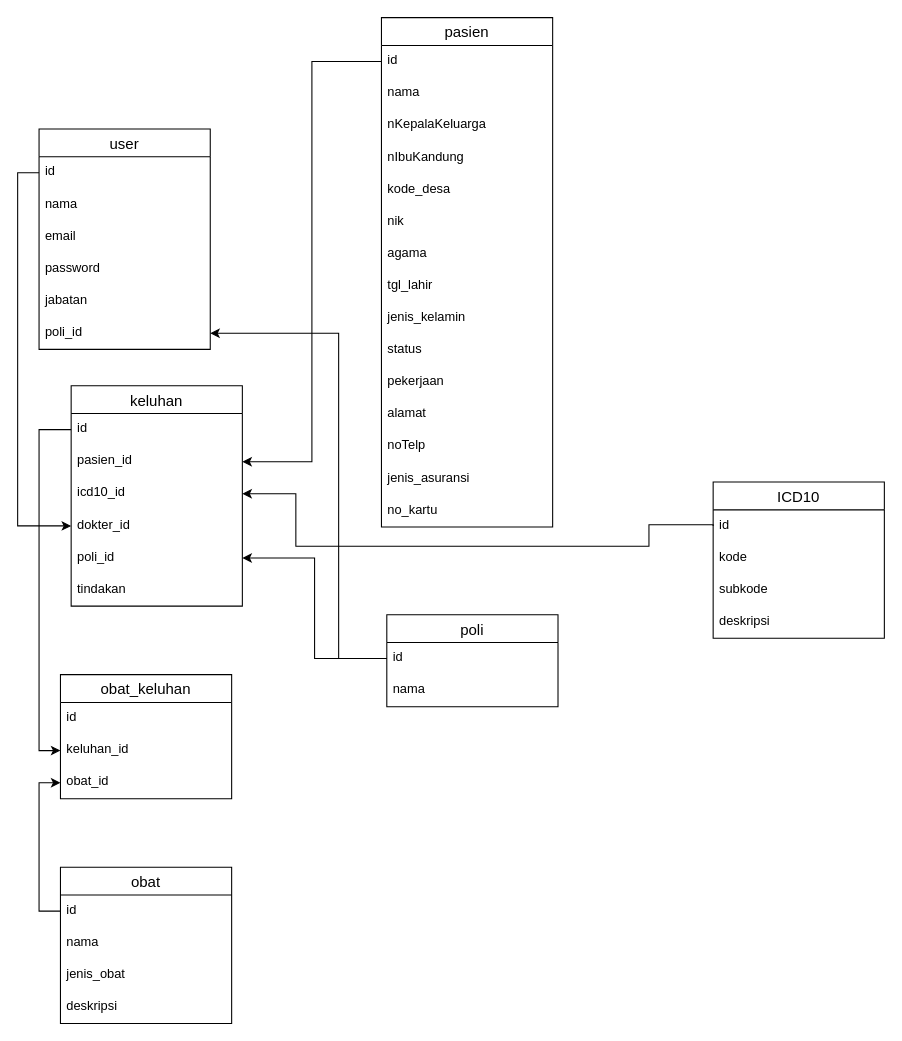
The draw.io diagram ERD/ERD sistem-rekam-medis.drawio in zabilsabri/sistem-rekam-medis, before the edit. Source tidied: cells renumbered, new cells numbered last; positions are measured from the earlier drawing's top-left corner, leaving out a move shared by most shapes. Both pictures are drawn from the tidied source at 107%, with x=0, y=0 at pixel (39, 17).
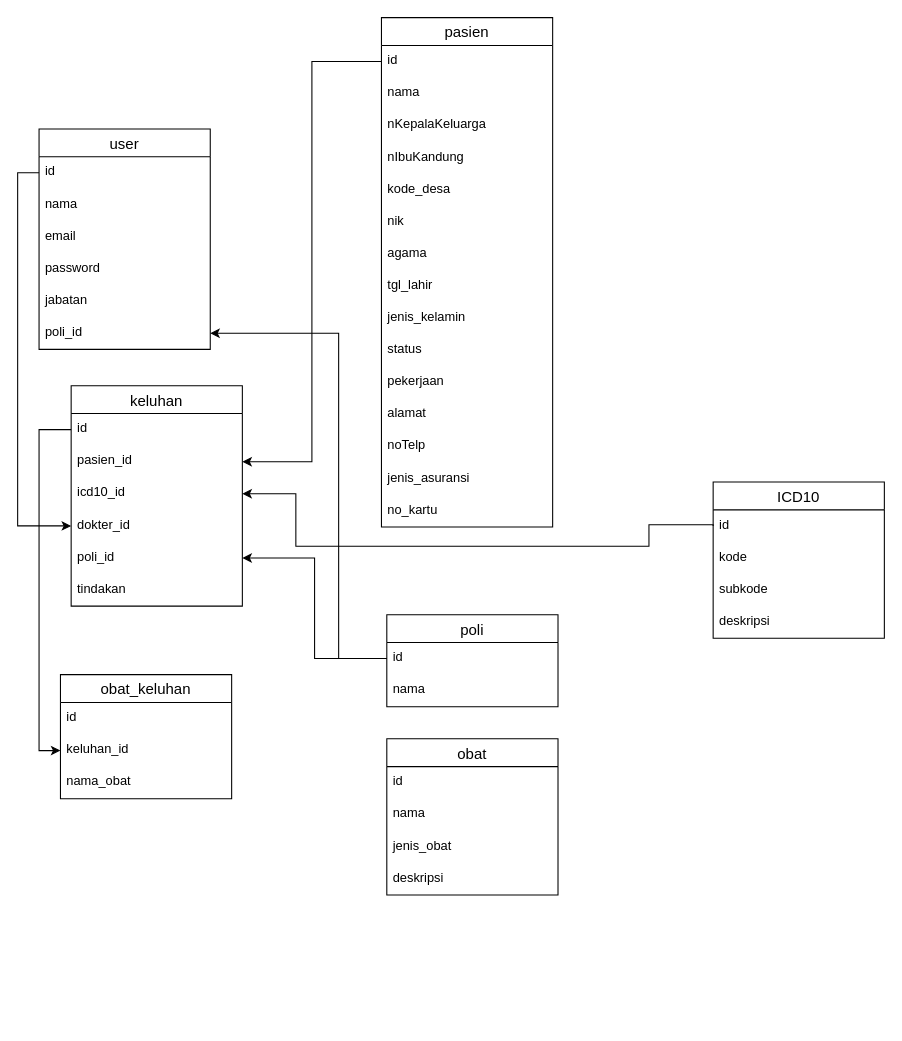
The same page after the edit.

The change refers to these unchanged cells:
```xml
<mxCell id="26" value="id" style="text;strokeColor=none;fillColor=none;spacingLeft=4;spacingRight=4;overflow=hidden;points=[[0,0.5],[1,0.5]];portConstraint=eastwest;fontSize=12;" parent="25" vertex="1">
  <mxGeometry y="26" width="160" height="30" as="geometry" />
</mxCell>
<mxCell id="50" value="obat_keluhan" style="swimlane;fontStyle=0;horizontal=1;startSize=26;align=center;fontSize=14;" parent="1" vertex="1">
  <mxGeometry x="20" y="614" width="160" height="116" as="geometry" />
</mxCell>
```

What changed in the source:
```diff
@@
     <mxCell id="25" value="obat" style="swimlane;fontStyle=0;horizontal=1;startSize=26;align=center;fontSize=14;" parent="1" vertex="1">
-      <mxGeometry x="20" y="794" width="160" height="146" as="geometry" />
+      <mxGeometry x="325" y="674" width="160" height="146" as="geometry" />
     </mxCell>
@@
-    <mxCell id="53" value="obat_id" style="text;strokeColor=none;fillColor=none;spacingLeft=4;spacingRight=4;overflow=hidden;points=[[0,0.5],[1,0.5]];portConstraint=eastwest;fontSize=12;" parent="50" vertex="1">
+    <mxCell id="53" value="nama_obat" style="text;strokeColor=none;fillColor=none;spacingLeft=4;spacingRight=4;overflow=hidden;points=[[0,0.5],[1,0.5]];portConstraint=eastwest;fontSize=12;" parent="50" vertex="1">
       <mxGeometry y="86" width="160" height="30" as="geometry" />
     </mxCell>
@@
-    <mxCell id="55" style="edgeStyle=orthogonalEdgeStyle;rounded=0;jettySize=auto;html=1;entryX=0;entryY=0.5;entryDx=0;entryDy=0;" parent="1" edge="1" source="26" target="53">
-      <mxGeometry relative="1" as="geometry" />
-    </mxCell>
```
